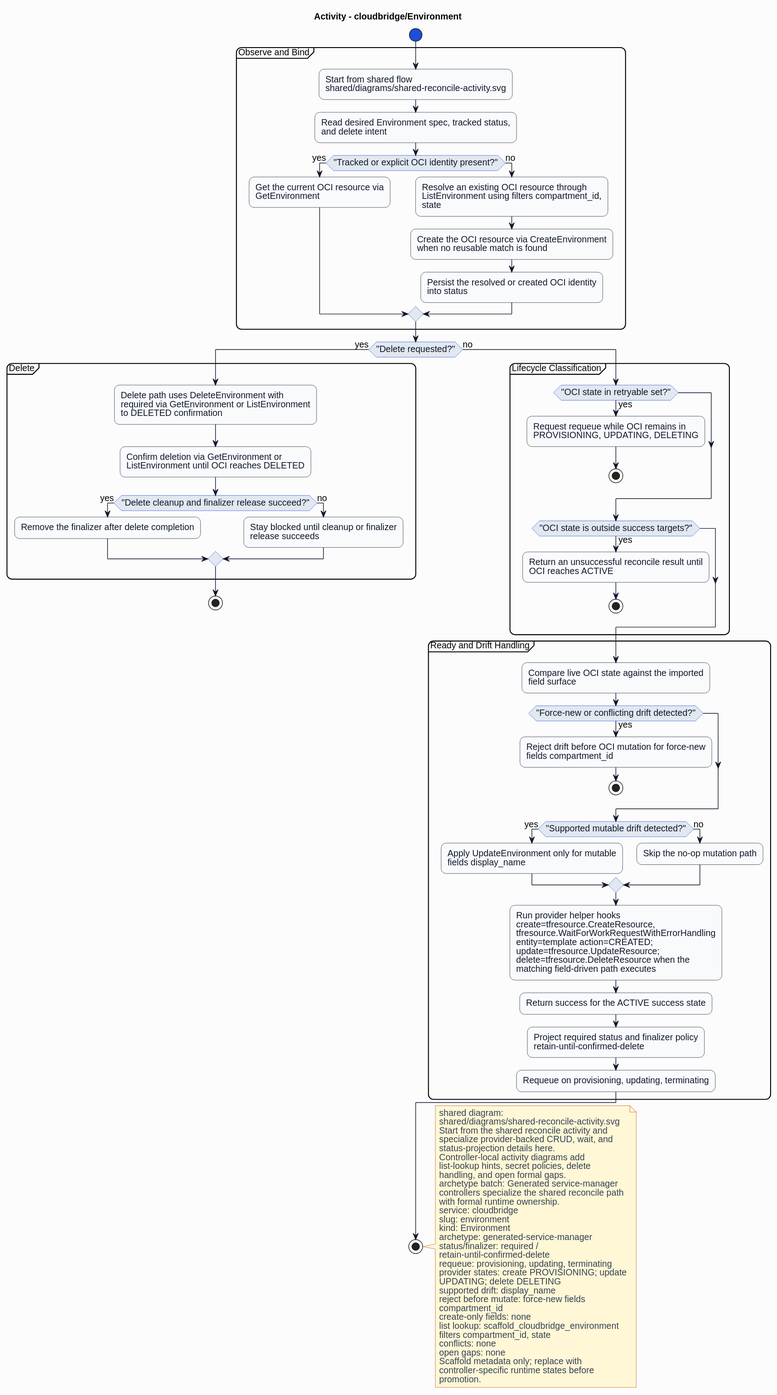
Before: formal/controllers/cloudbridge/environment/diagrams/activity.svg, a diagram exported from PlantUML (HaoyL666/oci-service-operator).
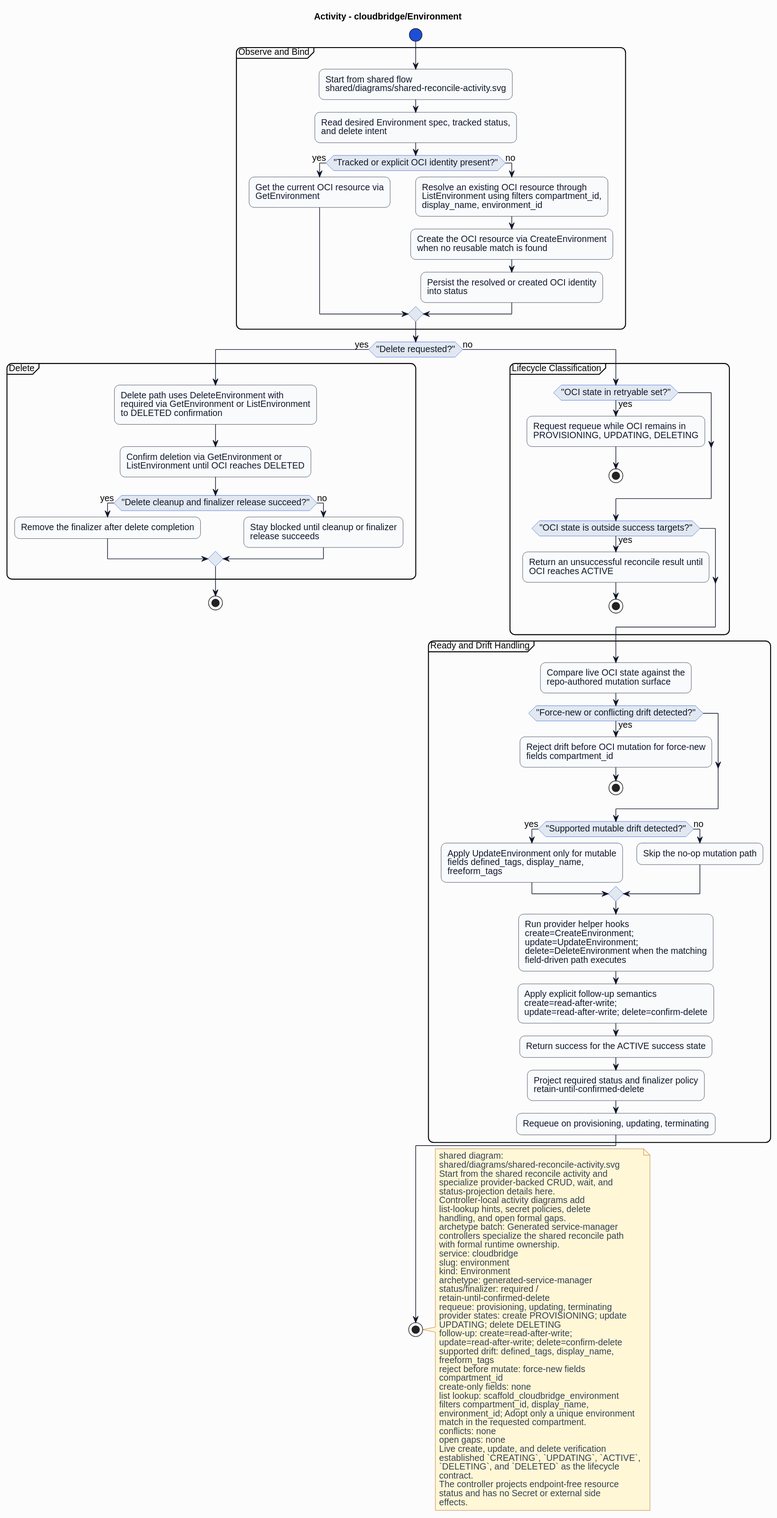
The same file after the commit.

Diff of the diagram source:
```diff
@@ -27,7 +27,7 @@
 if ("Tracked or explicit OCI identity present?") then (yes)
 :Get the current OCI resource via\nGetEnvironment;
 else (no)
-:Resolve an existing OCI resource through\nListEnvironment using filters compartment_id,\nstate;
+:Resolve an existing OCI resource through\nListEnvironment using filters compartment_id,\ndisplay_name, environment_id;
 :Create the OCI resource via CreateEnvironment\nwhen no reusable match is found;
 :Persist the resolved or created OCI identity\ninto status;
 endif
@@ -55,17 +55,18 @@
 endif
 }
 partition "Ready and Drift Handling" {
-:Compare live OCI state against the imported\nfield surface;
+:Compare live OCI state against the\nrepo-authored mutation surface;
 if ("Force-new or conflicting drift detected?") then (yes)
 :Reject drift before OCI mutation for force-new\nfields compartment_id;
 stop
 endif
 if ("Supported mutable drift detected?") then (yes)
-:Apply UpdateEnvironment only for mutable\nfields display_name;
+:Apply UpdateEnvironment only for mutable\nfields defined_tags, display_name,\nfreeform_tags;
 else (no)
 :Skip the no-op mutation path;
 endif
-:Run provider helper hooks\ncreate=tfresource.CreateResource,\ntfresource.WaitForWorkRequestWithErrorHandling\nentity=template action=CREATED;\nupdate=tfresource.UpdateResource;\ndelete=tfresource.DeleteResource when the\nmatching field-driven path executes;
+:Run provider helper hooks\ncreate=CreateEnvironment;\nupdate=UpdateEnvironment;\ndelete=DeleteEnvironment when the matching\nfield-driven path executes;
+:Apply explicit follow-up semantics\ncreate=read-after-write;\nupdate=read-after-write; delete=confirm-delete;
 :Return success for the ACTIVE success state;
 :Project required status and finalizer policy\nretain-until-confirmed-delete;
 :Requeue on provisioning, updating, terminating;
@@ -93,16 +94,25 @@
 requeue: provisioning, updating, terminating
 provider states: create PROVISIONING; update
 UPDATING; delete DELETING
-supported drift: display_name
+follow-up: create=read-after-write;
+update=read-after-write; delete=confirm-delete
+supported drift: defined_tags, display_name,
+freeform_tags
 reject before mutate: force-new fields
 compartment_id
 create-only fields: none
 list lookup: scaffold_cloudbridge_environment
-filters compartment_id, state
+filters compartment_id, display_name,
+environment_id; Adopt only a unique environment
+match in the requested compartment.
 conflicts: none
 open gaps: none
-Scaffold metadata only; replace with
-controller-specific runtime states before
-promotion.
+Live create, update, and delete verification
+established `CREATING`, `UPDATING`, `ACTIVE`,
+`DELETING`, and `DELETED` as the lifecycle
+contract.
+The controller projects endpoint-free resource
+status and has no Secret or external side
+effects.
 end note
 @enduml
```
